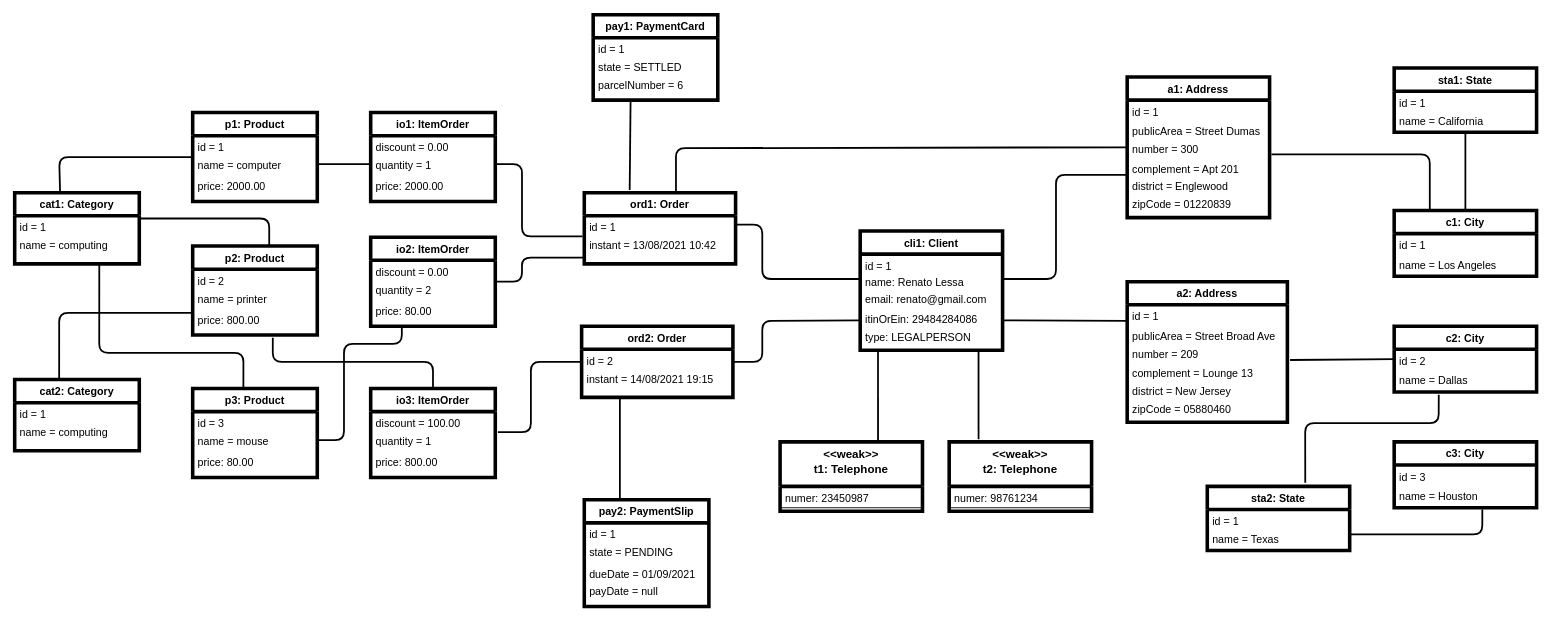
This is model-instance-score/model-instance.drawio from Relesi/class-diagram, a draw.io file, before an edit. Source tidied: cells renumbered, new cells numbered last; positions are measured from the earlier drawing's top-left corner, leaving out a move shared by most shapes. Both pictures are drawn from the tidied source at 89%, with x=0, y=0 at pixel (14, 14).
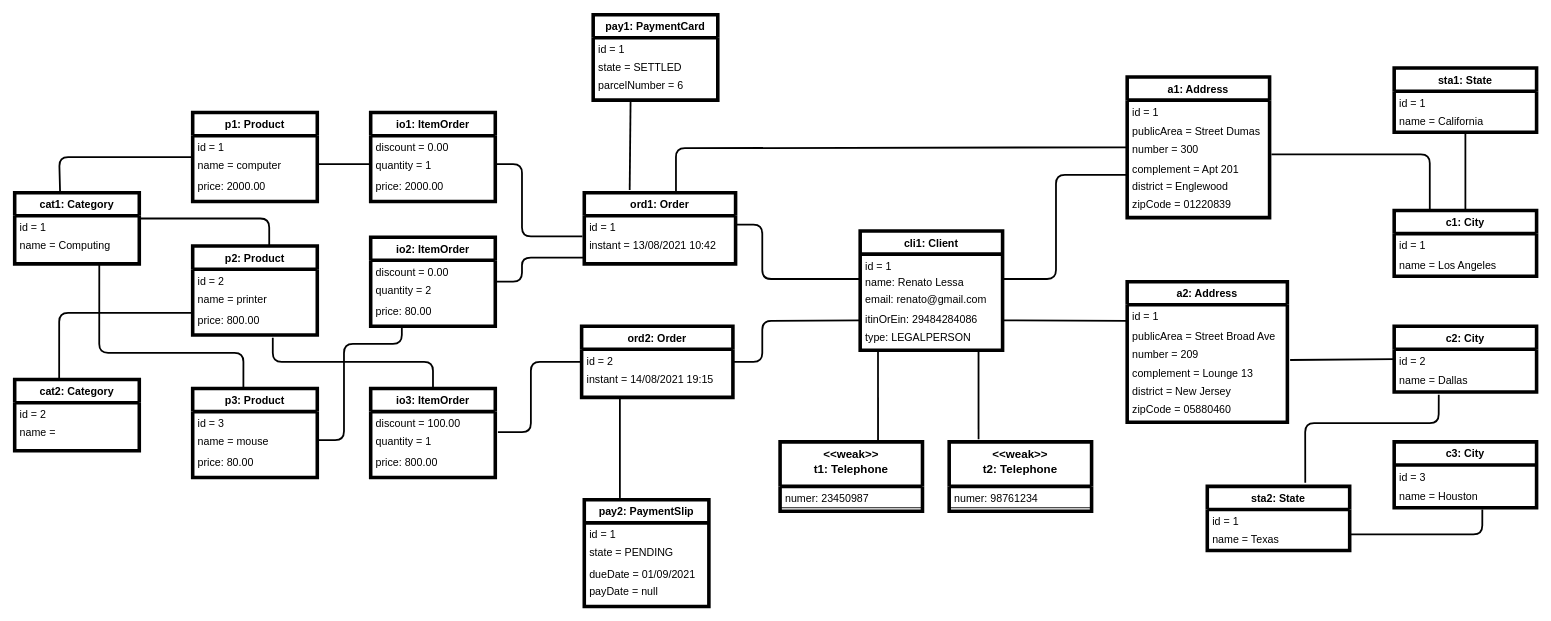
The same diagram, later.

Commit message (it also covers changes not shown here):
adjust in instance and model

Unchanged cells that the change refers to:
```xml
<mxCell id="2" value="cat1: Category" style="swimlane;fontStyle=1;horizontal=1;startSize=26;strokeWidth=4;rounded=0;shadow=0;sketch=0;glass=0;swimlaneLine=1;swimlaneFillColor=#ffffff;" parent="1" vertex="1">
  <mxGeometry y="200" width="140" height="80" as="geometry" />
</mxCell>
<mxCell id="17" value="cat2: Category" style="swimlane;fontStyle=1;horizontal=1;startSize=26;strokeWidth=4;rounded=0;shadow=0;sketch=0;glass=0;swimlaneLine=1;swimlaneFillColor=#ffffff;" parent="1" vertex="1">
  <mxGeometry y="410" width="140" height="80" as="geometry" />
</mxCell>
```

Change to the diagram source:
```diff
@@
-    <mxCell id="4" value="name = computing" style="text;align=left;verticalAlign=top;spacingLeft=4;spacingRight=4;overflow=hidden;points=[[0,0.5],[1,0.5]];portConstraint=eastwest;rounded=0;shadow=0;sketch=0;" parent="2" vertex="1">
+    <mxCell id="4" value="name = Computing" style="text;align=left;verticalAlign=top;spacingLeft=4;spacingRight=4;overflow=hidden;points=[[0,0.5],[1,0.5]];portConstraint=eastwest;rounded=0;shadow=0;sketch=0;" parent="2" vertex="1">
       <mxGeometry y="46" width="140" height="34" as="geometry" />
     </mxCell>
@@
-    <mxCell id="18" value="id = 1" style="text;align=left;verticalAlign=top;spacingLeft=4;spacingRight=4;overflow=hidden;rounded=0;shadow=0;sketch=0;" parent="17" vertex="1">
+    <mxCell id="18" value="id = 2" style="text;align=left;verticalAlign=top;spacingLeft=4;spacingRight=4;overflow=hidden;rounded=0;shadow=0;sketch=0;" parent="17" vertex="1">
       <mxGeometry y="26" width="140" height="20" as="geometry" />
     </mxCell>
-    <mxCell id="19" value="name = computing" style="text;align=left;verticalAlign=top;spacingLeft=4;spacingRight=4;overflow=hidden;rounded=0;shadow=0;sketch=0;" parent="17" vertex="1">
+    <mxCell id="19" value="name = " style="text;align=left;verticalAlign=top;spacingLeft=4;spacingRight=4;overflow=hidden;rounded=0;shadow=0;sketch=0;" parent="17" vertex="1">
       <mxGeometry y="46" width="140" height="34" as="geometry" />
     </mxCell>
```
